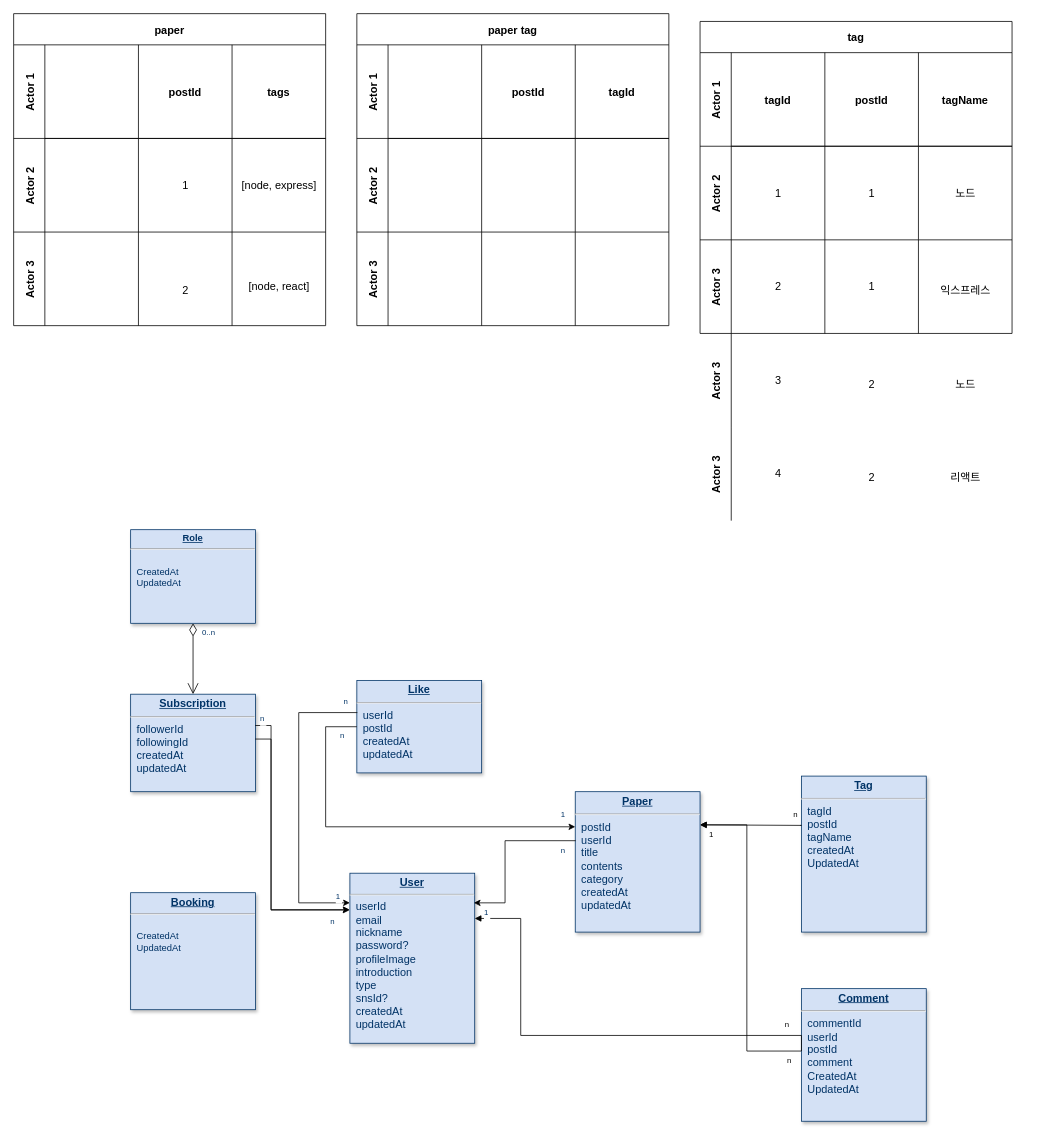
Before: Untitled Diagram.drawio in Blog-Paper-Project/BE, a draw.io diagram. Source tidied: cells renumbered, new cells numbered last; positions are measured from the earlier drawing's top-left corner, leaving out a move shared by most shapes. Both pictures are drawn from the tidied source at 78%, with x=0, y=0 at pixel (13, 13).
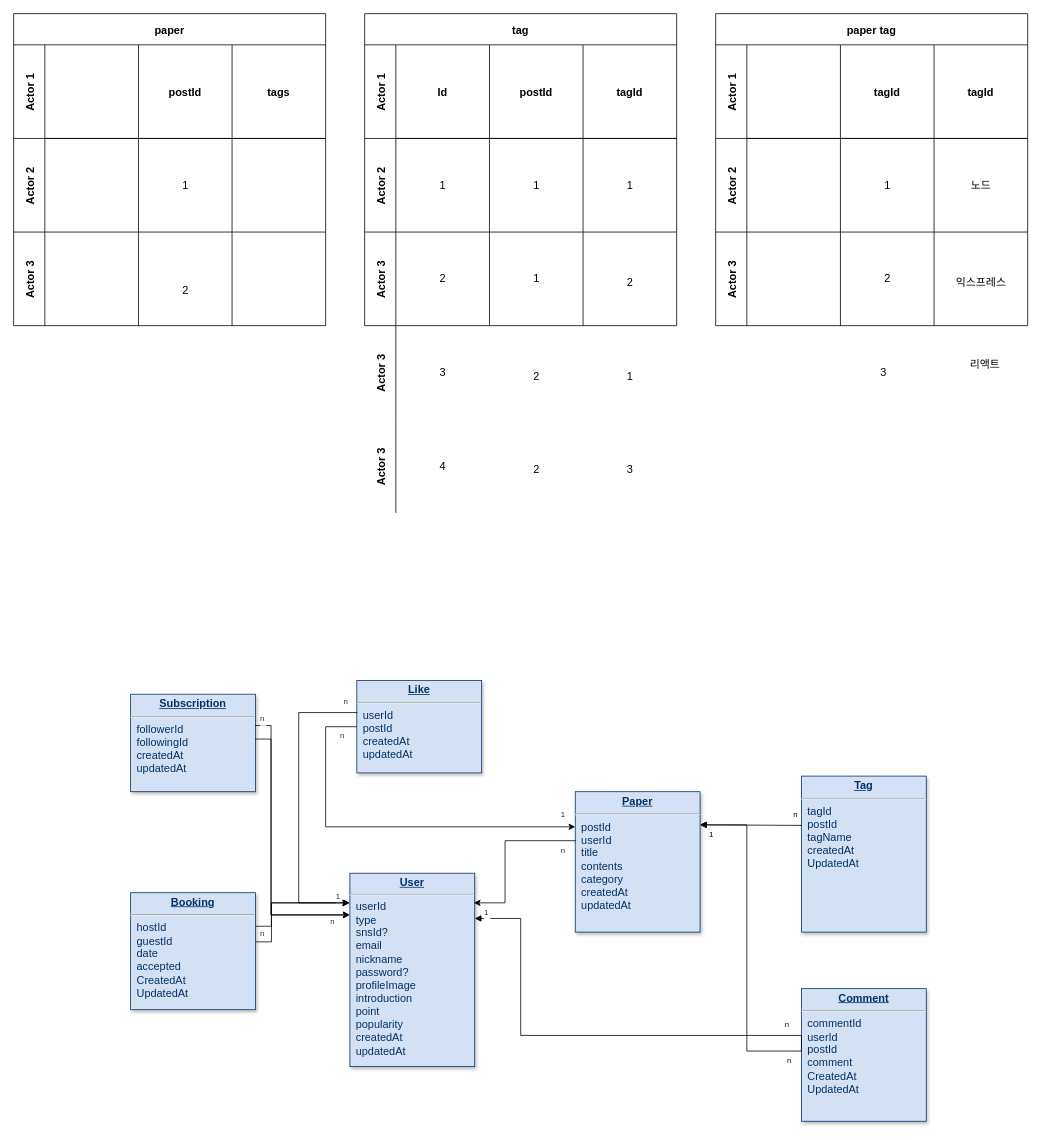
Above is the later version.

The change refers to these unchanged cells:
```xml
<mxCell id="3" value="&lt;p style=&quot;margin: 4px 0px 0px; text-align: center; text-decoration: underline; font-size: 14px;&quot;&gt;&lt;span style=&quot;font-weight: 700;&quot;&gt;&lt;font style=&quot;font-size: 14px;&quot;&gt;Subscription&lt;/font&gt;&lt;/span&gt;&lt;/p&gt;&lt;hr style=&quot;font-size: 14px;&quot;&gt;&lt;p style=&quot;margin: 0px 0px 0px 8px; font-size: 14px;&quot;&gt;followerId&lt;/p&gt;&lt;p style=&quot;margin: 0px 0px 0px 8px; font-size: 14px;&quot;&gt;followingId&lt;/p&gt;&lt;p style=&quot;margin: 0px 0px 0px 8px; font-size: 14px;&quot;&gt;&lt;font style=&quot;font-size: 14px;&quot;&gt;createdAt&lt;/font&gt;&lt;/p&gt;&lt;p style=&quot;margin: 0px 0px 0px 8px; font-size: 14px;&quot;&gt;&lt;font style=&quot;font-size: 14px;&quot;&gt;updatedAt&lt;/font&gt;&lt;/p&gt;" style="verticalAlign=top;align=left;overflow=fill;fontSize=12;fontFamily=Helvetica;html=1;strokeColor=#003366;shadow=1;fillColor=#D4E1F5;fontColor=#003366;" parent="1" vertex="1">
  <mxGeometry x="150" y="872.5" width="160" height="125" as="geometry" />
</mxCell>
<mxCell id="34" value="Actor 1" style="shape=tableRow;horizontal=0;startSize=40;swimlaneHead=0;swimlaneBody=0;top=0;left=0;bottom=0;right=0;fillColor=none;fontStyle=1;fontSize=14;" parent="33" vertex="1">
  <mxGeometry y="40" width="400" height="120" as="geometry" />
</mxCell>
<mxCell id="40" style="swimlane;swimlaneHead=0;swimlaneBody=0;fontStyle=0;fillColor=none;startSize=0;fontStyle=1;fontSize=14;" parent="38" vertex="1">
  <mxGeometry x="160" width="120" height="120" as="geometry" />
</mxCell>
<mxCell id="41" style="swimlane;swimlaneHead=0;swimlaneBody=0;fontStyle=0;fillColor=none;startSize=0;fontStyle=1;fontSize=14;" parent="38" vertex="1">
  <mxGeometry x="280" width="120" height="120" as="geometry" />
</mxCell>
<mxCell id="44" style="swimlane;swimlaneHead=0;swimlaneBody=0;fontStyle=0;fillColor=none;startSize=0;fontStyle=1;fontSize=14;" parent="42" vertex="1">
  <mxGeometry x="160" width="120" height="120" as="geometry" />
</mxCell>
<mxCell id="55" style="swimlane;swimlaneHead=0;swimlaneBody=0;fontStyle=0;fillColor=none;startSize=0;fontStyle=1;fontSize=14;" parent="51" vertex="1">
  <mxGeometry x="280" width="120" height="120" as="geometry" />
</mxCell>
<mxCell id="61" style="swimlane;swimlaneHead=0;swimlaneBody=0;fontStyle=0;fillColor=none;startSize=0;fontStyle=1;fontSize=14;" parent="57" vertex="1">
  <mxGeometry x="280" width="120" height="120" as="geometry" />
</mxCell>
<mxCell id="64" value="Actor 1" style="shape=tableRow;horizontal=0;startSize=40;swimlaneHead=0;swimlaneBody=0;top=0;left=0;bottom=0;right=0;fillColor=none;fontStyle=1;fontSize=14;" parent="63" vertex="1">
  <mxGeometry y="40" width="400" height="120" as="geometry" />
</mxCell>
<mxCell id="79" style="swimlane;swimlaneHead=0;swimlaneBody=0;fontStyle=0;fillColor=none;startSize=0;fontStyle=1;fontSize=14;" parent="74" vertex="1">
  <mxGeometry x="280" width="120" height="120" as="geometry" />
</mxCell>
<mxCell id="86" style="swimlane;swimlaneHead=0;swimlaneBody=0;fontStyle=0;fillColor=none;startSize=0;fontStyle=1;fontSize=14;" parent="81" vertex="1">
  <mxGeometry x="280" width="120" height="120" as="geometry" />
</mxCell>
<mxCell id="94" style="swimlane;swimlaneHead=0;swimlaneBody=0;fontStyle=0;fillColor=none;startSize=0;fontStyle=1;fontSize=14;" parent="89" vertex="1">
  <mxGeometry x="280" width="120" height="120" as="geometry" />
</mxCell>
```

The edit, as a diff of the source:
```diff
@@
-    <mxCell id="2" value="&lt;p style=&quot;margin: 0px; margin-top: 4px; text-align: center; text-decoration: underline;&quot;&gt;&lt;strong&gt;Role&lt;/strong&gt;&lt;/p&gt;&lt;hr&gt;&lt;p style=&quot;margin: 0px; margin-left: 8px;&quot;&gt;&lt;span style=&quot;background-color: initial;&quot;&gt;&lt;br&gt;&lt;/span&gt;&lt;/p&gt;&lt;p style=&quot;margin: 0px; margin-left: 8px;&quot;&gt;&lt;span style=&quot;background-color: initial;&quot;&gt;CreatedAt&lt;/span&gt;&lt;br&gt;&lt;/p&gt;&lt;p style=&quot;margin: 0px; margin-left: 8px;&quot;&gt;UpdatedAt&lt;/p&gt;" style="verticalAlign=top;align=left;overflow=fill;fontSize=12;fontFamily=Helvetica;html=1;strokeColor=#003366;shadow=1;fillColor=#D4E1F5;fontColor=#003366;" parent="1" vertex="1">
-      <mxGeometry x="150" y="661.6" width="160" height="120" as="geometry" />
-    </mxCell>
@@
-    <mxCell id="6" value="&lt;p style=&quot;margin: 0px; margin-top: 4px; text-align: center; text-decoration: underline;&quot;&gt;&lt;span style=&quot;font-size: 14px; font-weight: 700;&quot;&gt;Booking&lt;/span&gt;&lt;/p&gt;&lt;hr&gt;&lt;p style=&quot;margin: 0px; margin-left: 8px;&quot;&gt;&lt;br&gt;&lt;/p&gt;&lt;p style=&quot;margin: 0px; margin-left: 8px;&quot;&gt;CreatedAt&lt;/p&gt;&lt;p style=&quot;margin: 0px; margin-left: 8px;&quot;&gt;UpdatedAt&lt;/p&gt;" style="verticalAlign=top;align=left;overflow=fill;fontSize=12;fontFamily=Helvetica;html=1;strokeColor=#003366;shadow=1;fillColor=#D4E1F5;fontColor=#003366;" parent="1" vertex="1">
+    <mxCell id="6" value="&lt;p style=&quot;margin: 4px 0px 0px; text-align: center; text-decoration: underline; font-size: 14px;&quot;&gt;&lt;span style=&quot;font-weight: 700;&quot;&gt;&lt;font style=&quot;font-size: 14px;&quot;&gt;Booking&lt;/font&gt;&lt;/span&gt;&lt;/p&gt;&lt;hr style=&quot;font-size: 14px;&quot;&gt;&lt;p style=&quot;margin: 0px 0px 0px 8px; font-size: 14px;&quot;&gt;&lt;font style=&quot;font-size: 14px;&quot;&gt;hostId&lt;/font&gt;&lt;/p&gt;&lt;p style=&quot;margin: 0px 0px 0px 8px; font-size: 14px;&quot;&gt;&lt;font style=&quot;font-size: 14px;&quot;&gt;guestId&lt;/font&gt;&lt;/p&gt;&lt;p style=&quot;margin: 0px 0px 0px 8px; font-size: 14px;&quot;&gt;&lt;font style=&quot;font-size: 14px;&quot;&gt;date&lt;/font&gt;&lt;/p&gt;&lt;p style=&quot;margin: 0px 0px 0px 8px; font-size: 14px;&quot;&gt;&lt;font style=&quot;font-size: 14px;&quot;&gt;accepted&lt;/font&gt;&lt;/p&gt;&lt;p style=&quot;margin: 0px 0px 0px 8px; font-size: 14px;&quot;&gt;&lt;font style=&quot;font-size: 14px;&quot;&gt;CreatedAt&lt;/font&gt;&lt;/p&gt;&lt;p style=&quot;margin: 0px 0px 0px 8px; font-size: 14px;&quot;&gt;&lt;font style=&quot;font-size: 14px;&quot;&gt;UpdatedAt&lt;/font&gt;&lt;/p&gt;" style="verticalAlign=top;align=left;overflow=fill;fontSize=12;fontFamily=Helvetica;html=1;strokeColor=#003366;shadow=1;fillColor=#D4E1F5;fontColor=#003366;" parent="1" vertex="1">
       <mxGeometry x="150" y="1127" width="160" height="150" as="geometry" />
     </mxCell>
@@
-    <mxCell id="9" value="&lt;p style=&quot;margin: 0px; margin-top: 4px; text-align: center; text-decoration: underline;&quot;&gt;&lt;strong&gt;&lt;font style=&quot;font-size: 14px;&quot;&gt;User&lt;/font&gt;&lt;/strong&gt;&lt;/p&gt;&lt;hr&gt;&lt;p style=&quot;margin: 0px 0px 0px 8px; font-size: 14px;&quot;&gt;&lt;font style=&quot;font-size: 14px;&quot;&gt;userId&lt;/font&gt;&lt;/p&gt;&lt;p style=&quot;margin: 0px 0px 0px 8px; font-size: 14px;&quot;&gt;&lt;font style=&quot;font-size: 14px;&quot;&gt;email&lt;/font&gt;&lt;/p&gt;&lt;p style=&quot;margin: 0px 0px 0px 8px; font-size: 14px;&quot;&gt;&lt;font style=&quot;font-size: 14px;&quot;&gt;nickname&lt;/font&gt;&lt;/p&gt;&lt;p style=&quot;margin: 0px 0px 0px 8px; font-size: 14px;&quot;&gt;&lt;font style=&quot;font-size: 14px;&quot;&gt;password?&lt;/font&gt;&lt;/p&gt;&lt;p style=&quot;margin: 0px 0px 0px 8px; font-size: 14px;&quot;&gt;&lt;font style=&quot;font-size: 14px;&quot;&gt;profileImage&lt;/font&gt;&lt;/p&gt;&lt;p style=&quot;margin: 0px 0px 0px 8px; font-size: 14px;&quot;&gt;&lt;font style=&quot;font-size: 14px;&quot;&gt;introduction&lt;/font&gt;&lt;/p&gt;&lt;p style=&quot;margin: 0px 0px 0px 8px; font-size: 14px;&quot;&gt;type&lt;/p&gt;&lt;p style=&quot;margin: 0px 0px 0px 8px; font-size: 14px;&quot;&gt;snsId?&lt;/p&gt;&lt;p style=&quot;margin: 0px 0px 0px 8px; font-size: 14px;&quot;&gt;&lt;font style=&quot;font-size: 14px;&quot;&gt;createdAt&lt;/font&gt;&lt;/p&gt;&lt;p style=&quot;margin: 0px 0px 0px 8px; font-size: 14px;&quot;&gt;&lt;font style=&quot;font-size: 14px;&quot;&gt;updatedAt&lt;/font&gt;&lt;/p&gt;&lt;p style=&quot;margin: 0px; margin-left: 8px;&quot;&gt;&lt;br&gt;&lt;/p&gt;" style="verticalAlign=top;align=left;overflow=fill;fontSize=12;fontFamily=Helvetica;html=1;strokeColor=#003366;shadow=1;fillColor=#D4E1F5;fontColor=#003366;" parent="1" vertex="1">
-      <mxGeometry x="431.1" y="1102" width="160" height="218" as="geometry" />
+    <mxCell id="9" value="&lt;p style=&quot;margin: 0px; margin-top: 4px; text-align: center; text-decoration: underline;&quot;&gt;&lt;strong&gt;&lt;font style=&quot;font-size: 14px;&quot;&gt;User&lt;/font&gt;&lt;/strong&gt;&lt;/p&gt;&lt;hr&gt;&lt;p style=&quot;margin: 0px 0px 0px 8px; font-size: 14px;&quot;&gt;&lt;font style=&quot;font-size: 14px;&quot;&gt;userId&lt;/font&gt;&lt;/p&gt;&lt;p style=&quot;margin: 0px 0px 0px 8px; font-size: 14px;&quot;&gt;type&lt;/p&gt;&lt;p style=&quot;margin: 0px 0px 0px 8px; font-size: 14px;&quot;&gt;&lt;/p&gt;&lt;p style=&quot;margin: 0px 0px 0px 8px; font-size: 14px;&quot;&gt;snsId?&lt;/p&gt;&lt;p style=&quot;margin: 0px 0px 0px 8px; font-size: 14px;&quot;&gt;&lt;font style=&quot;font-size: 14px;&quot;&gt;email&lt;/font&gt;&lt;/p&gt;&lt;p style=&quot;margin: 0px 0px 0px 8px; font-size: 14px;&quot;&gt;&lt;font style=&quot;font-size: 14px;&quot;&gt;nickname&lt;/font&gt;&lt;/p&gt;&lt;p style=&quot;margin: 0px 0px 0px 8px; font-size: 14px;&quot;&gt;&lt;font style=&quot;font-size: 14px;&quot;&gt;password?&lt;/font&gt;&lt;/p&gt;&lt;p style=&quot;margin: 0px 0px 0px 8px; font-size: 14px;&quot;&gt;&lt;font style=&quot;font-size: 14px;&quot;&gt;profileImage&lt;/font&gt;&lt;/p&gt;&lt;p style=&quot;margin: 0px 0px 0px 8px; font-size: 14px;&quot;&gt;&lt;font style=&quot;font-size: 14px;&quot;&gt;introduction&lt;/font&gt;&lt;/p&gt;&lt;p style=&quot;margin: 0px 0px 0px 8px; font-size: 14px;&quot;&gt;point&lt;/p&gt;&lt;p style=&quot;margin: 0px 0px 0px 8px; font-size: 14px;&quot;&gt;popularity&lt;/p&gt;&lt;p style=&quot;margin: 0px 0px 0px 8px; font-size: 14px;&quot;&gt;&lt;font style=&quot;font-size: 14px;&quot;&gt;createdAt&lt;/font&gt;&lt;/p&gt;&lt;p style=&quot;margin: 0px 0px 0px 8px; font-size: 14px;&quot;&gt;&lt;font style=&quot;font-size: 14px;&quot;&gt;updatedAt&lt;/font&gt;&lt;/p&gt;&lt;p style=&quot;margin: 0px; margin-left: 8px;&quot;&gt;&lt;br&gt;&lt;/p&gt;" style="verticalAlign=top;align=left;overflow=fill;fontSize=12;fontFamily=Helvetica;html=1;strokeColor=#003366;shadow=1;fillColor=#D4E1F5;fontColor=#003366;" parent="1" vertex="1">
+      <mxGeometry x="431.1" y="1102" width="160" height="248" as="geometry" />
     </mxCell>
-    <mxCell id="10" style="endArrow=open;endSize=12;startArrow=diamondThin;startSize=14;startFill=0;edgeStyle=orthogonalEdgeStyle;" parent="1" edge="1" source="2" target="3">
-      <mxGeometry y="160" as="geometry" />
-    </mxCell>
-    <mxCell id="11" value="0..n" style="align=left;verticalAlign=top;labelBackgroundColor=#ffffff;fontSize=10;strokeColor=#003366;shadow=1;fillColor=#D4E1F5;fontColor=#003366;" parent="10" vertex="1">
-      <mxGeometry x="-1" relative="1" as="geometry">
-        <mxPoint x="10" as="offset" />
-      </mxGeometry>
-    </mxCell>
@@
     <mxCell id="33" value="paper tag" style="shape=table;childLayout=tableLayout;startSize=40;fontStyle=1;fontSize=14;" parent="1" vertex="1">
-      <mxGeometry x="440" width="400" height="400" as="geometry" />
+      <mxGeometry x="900" width="400" height="400" as="geometry" />
     </mxCell>
@@
-    <mxCell id="36" value="postId" style="swimlane;swimlaneHead=0;swimlaneBody=0;fontStyle=0;fillColor=none;startSize=120;fontStyle=1;fontSize=14;" parent="34" vertex="1">
+    <mxCell id="36" value="tagId" style="swimlane;swimlaneHead=0;swimlaneBody=0;fontStyle=0;fillColor=none;startSize=120;fontStyle=1;fontSize=14;" parent="34" vertex="1">
       <mxGeometry x="160" width="120" height="120" as="geometry" />
     </mxCell>
@@
+    <mxCell id="96" value="1" style="text;html=1;align=center;verticalAlign=middle;strokeColor=none;fillColor=none;fontSize=14;" parent="40" vertex="1">
+      <mxGeometry x="45" y="45" width="30" height="30" as="geometry" />
+    </mxCell>
@@
+    <mxCell id="97" value="익스프레스" style="text;html=1;align=center;verticalAlign=middle;strokeColor=none;fillColor=none;fontSize=14;" parent="41" vertex="1">
+      <mxGeometry x="20" y="170" width="80" height="30" as="geometry" />
+    </mxCell>
+    <mxCell id="98" value="노드" style="text;html=1;align=center;verticalAlign=middle;strokeColor=none;fillColor=none;fontSize=14;" parent="41" vertex="1">
+      <mxGeometry x="35" y="45" width="50" height="30" as="geometry" />
+    </mxCell>
@@
+    <mxCell id="99" value="2" style="text;html=1;align=center;verticalAlign=middle;strokeColor=none;fillColor=none;fontSize=14;" parent="44" vertex="1">
+      <mxGeometry x="45" y="45" width="30" height="30" as="geometry" />
+    </mxCell>
@@
-    <mxCell id="56" value="[node, express]" style="text;html=1;align=center;verticalAlign=middle;strokeColor=none;fillColor=none;fontSize=14;" parent="55" vertex="1">
-      <mxGeometry y="45" width="120" height="30" as="geometry" />
-    </mxCell>
@@
-    <mxCell id="62" value="[node, react]" style="text;html=1;align=center;verticalAlign=middle;strokeColor=none;fillColor=none;fontSize=14;" parent="61" vertex="1">
-      <mxGeometry x="10" y="55" width="100" height="30" as="geometry" />
-    </mxCell>
     <mxCell id="63" value="tag" style="shape=table;childLayout=tableLayout;startSize=40;fontStyle=1;fontSize=14;" parent="1" vertex="1">
-      <mxGeometry x="880" y="10" width="400" height="400" as="geometry" />
+      <mxGeometry x="450" width="400" height="400" as="geometry" />
     </mxCell>
@@
-    <mxCell id="65" value="tagId" style="swimlane;swimlaneHead=0;swimlaneBody=0;fontStyle=0;fillColor=none;startSize=120;fontStyle=1;fontSize=14;" parent="64" vertex="1">
+    <mxCell id="65" value="Id" style="swimlane;swimlaneHead=0;swimlaneBody=0;fontStyle=0;fillColor=none;startSize=120;fontStyle=1;fontSize=14;" parent="64" vertex="1">
       <mxGeometry x="40" width="120" height="120" as="geometry" />
     </mxCell>
@@
-    <mxCell id="67" value="tagName" style="swimlane;swimlaneHead=0;swimlaneBody=0;fontStyle=0;fillColor=none;startSize=120;fontStyle=1;fontSize=14;" parent="64" vertex="1">
+    <mxCell id="67" value="tagId" style="swimlane;swimlaneHead=0;swimlaneBody=0;fontStyle=0;fillColor=none;startSize=120;fontStyle=1;fontSize=14;" parent="64" vertex="1">
       <mxGeometry x="280" width="120" height="120" as="geometry" />
     </mxCell>
@@
-    <mxCell id="80" value="익스프레스" style="text;html=1;align=center;verticalAlign=middle;strokeColor=none;fillColor=none;fontSize=14;" parent="79" vertex="1">
-      <mxGeometry x="20" y="50" width="80" height="30" as="geometry" />
+    <mxCell id="80" value="2" style="text;html=1;align=center;verticalAlign=middle;strokeColor=none;fillColor=none;fontSize=14;" parent="79" vertex="1">
+      <mxGeometry x="45" y="50" width="30" height="30" as="geometry" />
     </mxCell>
     <mxCell id="81" value="Actor 3" style="shape=tableRow;horizontal=0;startSize=40;swimlaneHead=0;swimlaneBody=0;top=0;left=0;bottom=0;right=0;fillColor=none;fontStyle=1;fontSize=14;" parent="1" vertex="1">
-      <mxGeometry x="880" y="410" width="400" height="120" as="geometry" />
+      <mxGeometry x="450" y="400" width="400" height="120" as="geometry" />
     </mxCell>
@@
-    <mxCell id="87" value="노드" style="text;html=1;align=center;verticalAlign=middle;strokeColor=none;fillColor=none;fontSize=14;" parent="86" vertex="1">
-      <mxGeometry x="35" y="50" width="50" height="30" as="geometry" />
+    <mxCell id="87" value="1" style="text;html=1;align=center;verticalAlign=middle;strokeColor=none;fillColor=none;fontSize=14;" parent="86" vertex="1">
+      <mxGeometry x="45" y="50" width="30" height="30" as="geometry" />
     </mxCell>
-    <mxCell id="88" value="노드" style="text;html=1;align=center;verticalAlign=middle;strokeColor=none;fillColor=none;fontSize=14;" parent="1" vertex="1">
-      <mxGeometry x="1195" y="215" width="50" height="30" as="geometry" />
+    <mxCell id="88" value="1" style="text;html=1;align=center;verticalAlign=middle;strokeColor=none;fillColor=none;fontSize=14;" parent="1" vertex="1">
+      <mxGeometry x="775" y="205" width="30" height="30" as="geometry" />
     </mxCell>
     <mxCell id="89" value="Actor 3" style="shape=tableRow;horizontal=0;startSize=40;swimlaneHead=0;swimlaneBody=0;top=0;left=0;bottom=0;right=0;fillColor=none;fontStyle=1;fontSize=14;" parent="1" vertex="1">
-      <mxGeometry x="880" y="530" width="400" height="120" as="geometry" />
+      <mxGeometry x="450" y="520" width="400" height="120" as="geometry" />
     </mxCell>
@@
-    <mxCell id="95" value="리액트" style="text;html=1;align=center;verticalAlign=middle;strokeColor=none;fillColor=none;fontSize=14;" parent="94" vertex="1">
-      <mxGeometry x="30" y="50" width="60" height="30" as="geometry" />
+    <mxCell id="95" value="3" style="text;html=1;align=center;verticalAlign=middle;strokeColor=none;fillColor=none;fontSize=14;" parent="94" vertex="1">
+      <mxGeometry x="45" y="50" width="30" height="30" as="geometry" />
     </mxCell>
+    <mxCell id="100" value="리액트" style="text;html=1;align=center;verticalAlign=middle;strokeColor=none;fillColor=none;fontSize=14;" parent="1" vertex="1">
+      <mxGeometry x="1215" y="435" width="60" height="30" as="geometry" />
+    </mxCell>
+    <mxCell id="101" value="3" style="text;html=1;align=center;verticalAlign=middle;strokeColor=none;fillColor=none;fontSize=14;" parent="1" vertex="1">
+      <mxGeometry x="1100" y="445" width="30" height="30" as="geometry" />
+    </mxCell>
+    <mxCell id="102" style="edgeStyle=elbowEdgeStyle;elbow=horizontal;endArrow=classic;html=1;rounded=0;exitX=0.998;exitY=0.321;exitDx=0;exitDy=0;exitPerimeter=0;" parent="1" edge="1">
+      <mxGeometry relative="1" as="geometry">
+        <mxPoint x="310.2" y="1170" as="sourcePoint" />
+        <mxPoint x="430" y="1140" as="targetPoint" />
+        <Array as="points">
+          <mxPoint x="330.5" y="1287.4" />
+          <mxPoint x="345.3" y="1200.8" />
+          <mxPoint x="345.3" y="1410.8" />
+          <mxPoint x="345.3" y="1420.8" />
+          <mxPoint x="345.3" y="1410.8" />
+        </Array>
+      </mxGeometry>
+    </mxCell>
+    <mxCell id="103" style="edgeStyle=elbowEdgeStyle;elbow=horizontal;endArrow=classic;html=1;rounded=0;exitX=0.998;exitY=0.321;exitDx=0;exitDy=0;exitPerimeter=0;" parent="1" edge="1">
+      <mxGeometry relative="1" as="geometry">
+        <mxPoint x="310.2" y="1190" as="sourcePoint" />
+        <mxPoint x="430" y="1140" as="targetPoint" />
+        <Array as="points">
+          <mxPoint x="330.5" y="1307.4" />
+          <mxPoint x="345.3" y="1220.8" />
+          <mxPoint x="345.3" y="1430.8" />
+          <mxPoint x="345.3" y="1440.8" />
+          <mxPoint x="345.3" y="1430.8" />
+        </Array>
+      </mxGeometry>
+    </mxCell>
+    <mxCell id="104" value="n&#10;" style="align=right;verticalAlign=top;labelBackgroundColor=#ffffff;fontSize=10;strokeColor=#003366;shadow=1;fillColor=#D4E1F5;fontColor=#003366;" parent="1" vertex="1">
+      <mxGeometry x="330" y="1155" as="geometry">
+        <mxPoint x="-7" y="12" as="offset" />
+      </mxGeometry>
+    </mxCell>
```
